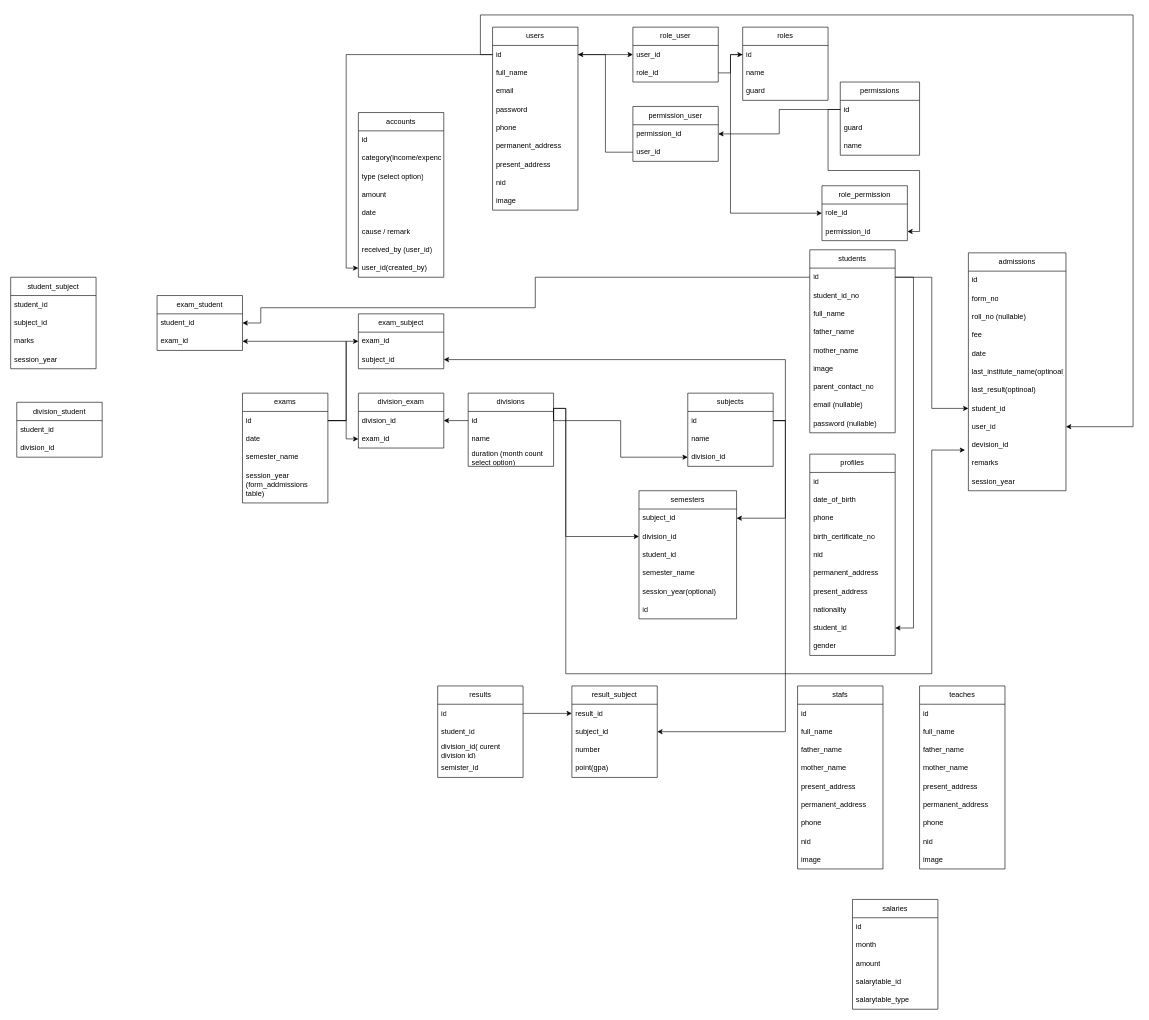
The draw.io diagram Untitled Diagram.drawio in asifmics/javascript, before the edit. Source tidied: cells renumbered, new cells numbered last; positions are measured from the earlier drawing's top-left corner, leaving out a move shared by most shapes. Both pictures are drawn from the tidied source at 61%, with x=0, y=0 at pixel (10, 15).
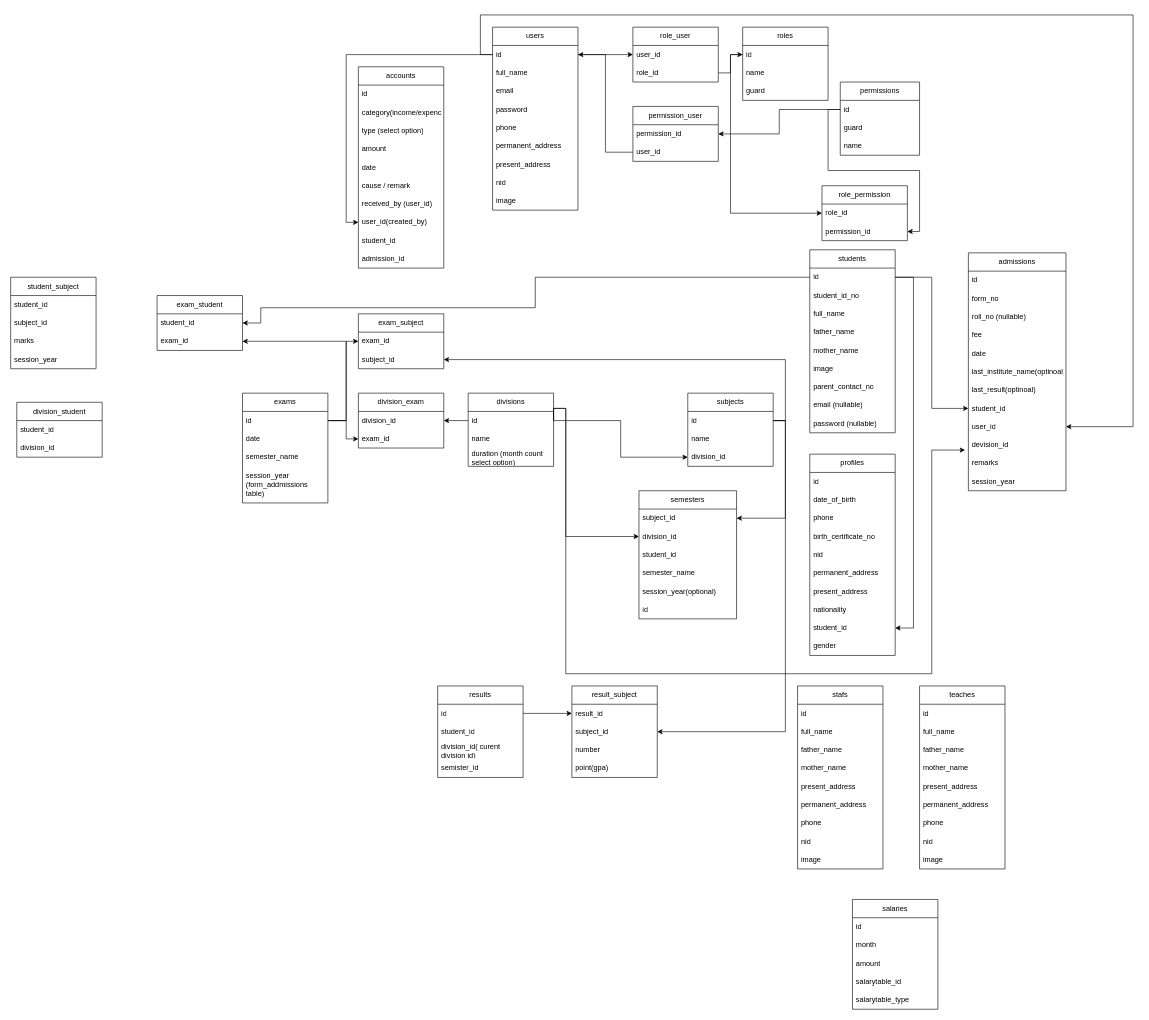
The same diagram, later.

What changed in the source:
```diff
@@
     <mxCell id="76" value="accounts" style="swimlane;fontStyle=0;horizontal=1;startSize=30;whiteSpace=wrap;html=1;" parent="1" vertex="1">
-      <mxGeometry x="570" y="160" width="140" height="270" as="geometry" />
+      <mxGeometry x="570" y="85" width="140" height="330" as="geometry" />
     </mxCell>
@@
+    <mxCell id="167" value="student_id" style="text;strokeColor=none;fillColor=none;align=left;verticalAlign=middle;spacingLeft=4;spacingRight=4;overflow=hidden;whiteSpace=wrap;html=1;" parent="76" vertex="1">
+      <mxGeometry y="270" width="140" height="30" as="geometry" />
+    </mxCell>
+    <mxCell id="168" value="admission_id" style="text;strokeColor=none;fillColor=none;align=left;verticalAlign=middle;spacingLeft=4;spacingRight=4;overflow=hidden;whiteSpace=wrap;html=1;" parent="76" vertex="1">
+      <mxGeometry y="300" width="140" height="30" as="geometry" />
+    </mxCell>
```
